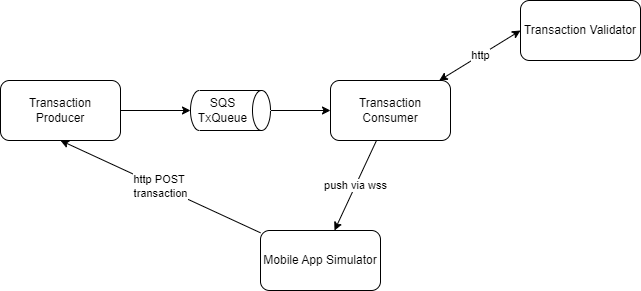
Above: docs/component-view.drawio.png in I22Scode/sqs-quarkus-ws (draw.io), before the change. Source tidied: cells renumbered, new cells last; positions are measured from the earlier drawing's top-left corner, leaving out a move shared by most shapes. The source it was exported from:
```xml
<mxGraphModel>
  <root>
    <mxCell id="0" />
    <mxCell id="1" parent="0" />
    <mxCell id="2" value="Transaction Validator" style="rounded=1;whiteSpace=wrap;html=1;" parent="1" vertex="1">
      <mxGeometry x="520" width="120" height="60" as="geometry" />
    </mxCell>
    <mxCell id="3" value="http" style="edgeStyle=none;html=1;entryX=0;entryY=0.5;entryDx=0;entryDy=0;startArrow=classic;startFill=1;" parent="1" edge="1" source="5" target="2">
      <mxGeometry relative="1" as="geometry" />
    </mxCell>
    <mxCell id="4" value="push via wss" style="edgeStyle=none;html=1;startArrow=none;startFill=0;" parent="1" edge="1" source="5" target="9">
      <mxGeometry relative="1" as="geometry" />
    </mxCell>
    <mxCell id="5" value="Transaction Consumer" style="rounded=1;whiteSpace=wrap;html=1;" parent="1" vertex="1">
      <mxGeometry x="330" y="80" width="120" height="60" as="geometry" />
    </mxCell>
    <mxCell id="6" style="edgeStyle=none;html=1;" parent="1" edge="1" source="7" target="5">
      <mxGeometry relative="1" as="geometry" />
    </mxCell>
    <mxCell id="7" value="SQS TxQueue" style="shape=cylinder3;whiteSpace=wrap;html=1;boundedLbl=1;backgroundOutline=1;size=9;rotation=90;horizontal=0;" parent="1" vertex="1">
      <mxGeometry x="210" y="70" width="40" height="80" as="geometry" />
    </mxCell>
    <mxCell id="8" value="http POST&amp;nbsp;&lt;br&gt;transaction" style="edgeStyle=none;html=1;entryX=0.5;entryY=1;entryDx=0;entryDy=0;startArrow=none;startFill=0;" parent="1" edge="1" source="9" target="11">
      <mxGeometry relative="1" as="geometry" />
    </mxCell>
    <mxCell id="9" value="Mobile App Simulator" style="rounded=1;whiteSpace=wrap;html=1;" parent="1" vertex="1">
      <mxGeometry x="260" y="230" width="120" height="60" as="geometry" />
    </mxCell>
    <mxCell id="10" style="edgeStyle=none;html=1;startArrow=none;startFill=0;" parent="1" edge="1" source="11" target="7">
      <mxGeometry relative="1" as="geometry" />
    </mxCell>
    <mxCell id="11" value="Transaction &lt;br&gt;Producer" style="rounded=1;whiteSpace=wrap;html=1;" parent="1" vertex="1">
      <mxGeometry y="80" width="120" height="60" as="geometry" />
    </mxCell>
  </root>
</mxGraphModel>
```
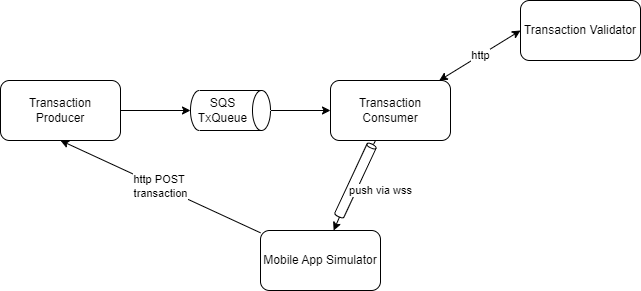
Above is the later version.

The edit, as a diff of the source:
```diff
@@ -8,9 +8,6 @@
     <mxCell id="3" value="http" style="edgeStyle=none;html=1;entryX=0;entryY=0.5;entryDx=0;entryDy=0;startArrow=classic;startFill=1;" parent="1" edge="1" source="5" target="2">
       <mxGeometry relative="1" as="geometry" />
     </mxCell>
-    <mxCell id="4" value="push via wss" style="edgeStyle=none;html=1;startArrow=none;startFill=0;" parent="1" edge="1" source="5" target="9">
-      <mxGeometry relative="1" as="geometry" />
-    </mxCell>
     <mxCell id="5" value="Transaction Consumer" style="rounded=1;whiteSpace=wrap;html=1;" parent="1" vertex="1">
       <mxGeometry x="330" y="80" width="120" height="60" as="geometry" />
     </mxCell>
@@ -32,5 +29,16 @@
     <mxCell id="11" value="Transaction &lt;br&gt;Producer" style="rounded=1;whiteSpace=wrap;html=1;" parent="1" vertex="1">
       <mxGeometry y="80" width="120" height="60" as="geometry" />
     </mxCell>
+    <mxCell id="12" style="edgeStyle=none;html=1;startArrow=none;startFill=0;endArrow=none;" parent="1" edge="1" source="5" target="13">
+      <mxGeometry relative="1" as="geometry" />
+    </mxCell>
+    <mxCell id="13" style="shape=cylinder3;whiteSpace=wrap;html=1;boundedLbl=1;backgroundOutline=1;size=2;rotation=25;" parent="1" vertex="1">
+      <mxGeometry x="350" y="140" width="10" height="80" as="geometry" />
+    </mxCell>
+    <mxCell id="4" value="push via wss" style="edgeStyle=none;html=1;startArrow=none;startFill=0;" parent="1" edge="1" source="13" target="9">
+      <mxGeometry x="-1" y="49" relative="1" as="geometry">
+        <mxPoint x="-4" y="-46" as="offset" />
+      </mxGeometry>
+    </mxCell>
   </root>
 </mxGraphModel>
```
